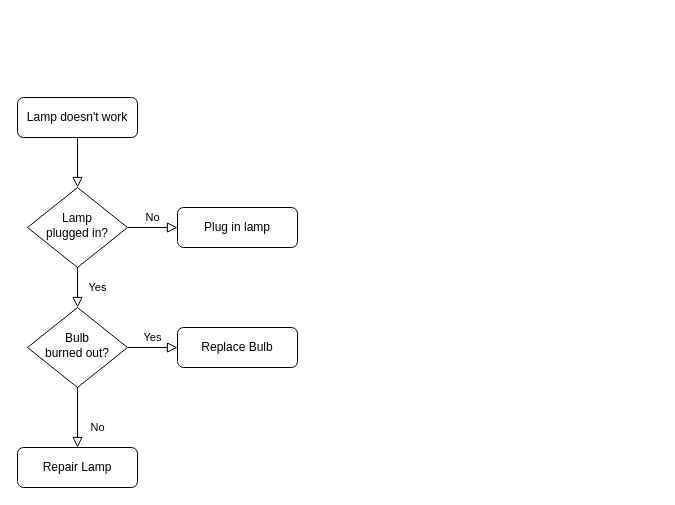
Earlier version of the draw.io diagram Diagramme sans nom.drawio (alexandretoullec/Petits_Plats_P7). Source tidied: cells renumbered, new cells numbered last; positions are measured from the earlier drawing's top-left corner, leaving out a move shared by most shapes. Both pictures are drawn from the tidied source at 100%, with x=0, y=0 at pixel (17, 97).
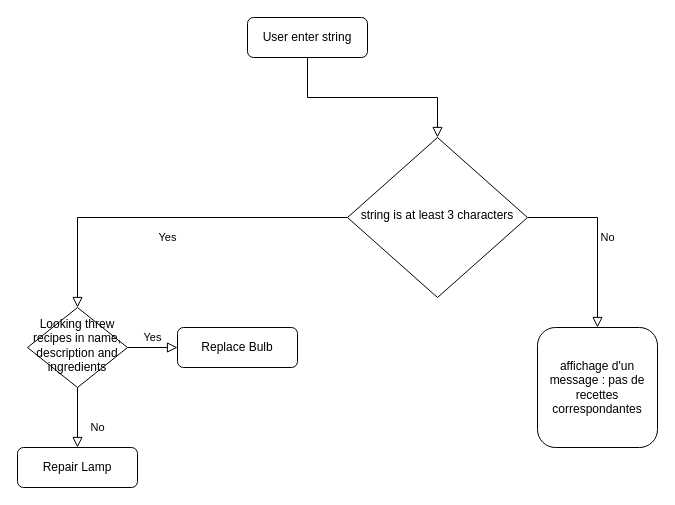
After the change.

Commit message (it also covers changes not shown here):
Mettre à jour Diagramme sans nom.drawio

The edit, as a diff of the source:
```diff
@@
 <mxGraphModel>
   <root>
     <mxCell id="0" />
     <mxCell id="1" parent="0" />
     <mxCell id="2" style="rounded=0;html=1;jettySize=auto;fontSize=11;endArrow=block;endFill=0;endSize=8;strokeWidth=1;shadow=0;labelBackgroundColor=none;edgeStyle=orthogonalEdgeStyle;" parent="1" edge="1" source="3" target="6">
       <mxGeometry relative="1" as="geometry" />
     </mxCell>
-    <mxCell id="3" value="Lamp doesn't work" style="rounded=1;whiteSpace=wrap;html=1;fontSize=12;glass=0;strokeWidth=1;shadow=0;" parent="1" vertex="1">
-      <mxGeometry width="120" height="40" as="geometry" />
+    <mxCell id="3" value="User enter string" style="rounded=1;whiteSpace=wrap;html=1;fontSize=12;glass=0;strokeWidth=1;shadow=0;" parent="1" vertex="1">
+      <mxGeometry x="230" y="-80" width="120" height="40" as="geometry" />
     </mxCell>
     <mxCell id="4" value="Yes" style="rounded=0;html=1;jettySize=auto;fontSize=11;endArrow=block;endFill=0;endSize=8;strokeWidth=1;shadow=0;labelBackgroundColor=none;edgeStyle=orthogonalEdgeStyle;" parent="1" edge="1" source="6" target="10">
       <mxGeometry y="20" relative="1" as="geometry" />
     </mxCell>
     <mxCell id="5" value="No" style="edgeStyle=orthogonalEdgeStyle;rounded=0;html=1;jettySize=auto;fontSize=11;endArrow=block;endFill=0;endSize=8;strokeWidth=1;shadow=0;labelBackgroundColor=none;" parent="1" edge="1" source="6" target="7">
       <mxGeometry y="10" relative="1" as="geometry" />
     </mxCell>
-    <mxCell id="6" value="Lamp&lt;br&gt;plugged in?" style="rhombus;whiteSpace=wrap;html=1;shadow=0;fontFamily=Helvetica;fontSize=12;align=center;strokeWidth=1;spacing=6;spacingTop=-4;" parent="1" vertex="1">
-      <mxGeometry x="10" y="90" width="100" height="80" as="geometry" />
+    <mxCell id="6" value="string is at least 3 characters" style="rhombus;whiteSpace=wrap;html=1;shadow=0;fontFamily=Helvetica;fontSize=12;align=center;strokeWidth=1;spacing=6;spacingTop=-4;" parent="1" vertex="1">
+      <mxGeometry x="330" y="40" width="180" height="160" as="geometry" />
     </mxCell>
-    <mxCell id="7" value="Plug in lamp" style="rounded=1;whiteSpace=wrap;html=1;fontSize=12;glass=0;strokeWidth=1;shadow=0;" parent="1" vertex="1">
-      <mxGeometry x="160" y="110" width="120" height="40" as="geometry" />
+    <mxCell id="7" value="affichage d'un message : pas de recettes correspondantes" style="rounded=1;whiteSpace=wrap;html=1;fontSize=12;glass=0;strokeWidth=1;shadow=0;" parent="1" vertex="1">
+      <mxGeometry x="520" y="230" width="120" height="120" as="geometry" />
     </mxCell>
     <mxCell id="8" value="No" style="rounded=0;html=1;jettySize=auto;fontSize=11;endArrow=block;endFill=0;endSize=8;strokeWidth=1;shadow=0;labelBackgroundColor=none;edgeStyle=orthogonalEdgeStyle;" parent="1" edge="1" source="10" target="11">
       <mxGeometry x="0.33" y="20" relative="1" as="geometry" />
     </mxCell>
     <mxCell id="9" value="Yes" style="edgeStyle=orthogonalEdgeStyle;rounded=0;html=1;jettySize=auto;fontSize=11;endArrow=block;endFill=0;endSize=8;strokeWidth=1;shadow=0;labelBackgroundColor=none;" parent="1" edge="1" source="10" target="12">
       <mxGeometry y="10" relative="1" as="geometry" />
     </mxCell>
-    <mxCell id="10" value="Bulb&lt;br&gt;burned out?" style="rhombus;whiteSpace=wrap;html=1;shadow=0;fontFamily=Helvetica;fontSize=12;align=center;strokeWidth=1;spacing=6;spacingTop=-4;" parent="1" vertex="1">
+    <mxCell id="10" value="Looking threw recipes in name, description and ingredients" style="rhombus;whiteSpace=wrap;html=1;shadow=0;fontFamily=Helvetica;fontSize=12;align=center;strokeWidth=1;spacing=6;spacingTop=-4;" parent="1" vertex="1">
       <mxGeometry x="10" y="210" width="100" height="80" as="geometry" />
     </mxCell>
     <mxCell id="11" value="Repair Lamp" style="rounded=1;whiteSpace=wrap;html=1;fontSize=12;glass=0;strokeWidth=1;shadow=0;" parent="1" vertex="1">
       <mxGeometry y="350" width="120" height="40" as="geometry" />
     </mxCell>
     <mxCell id="12" value="Replace Bulb" style="rounded=1;whiteSpace=wrap;html=1;fontSize=12;glass=0;strokeWidth=1;shadow=0;" parent="1" vertex="1">
       <mxGeometry x="160" y="230" width="120" height="40" as="geometry" />
     </mxCell>
   </root>
 </mxGraphModel>
```
